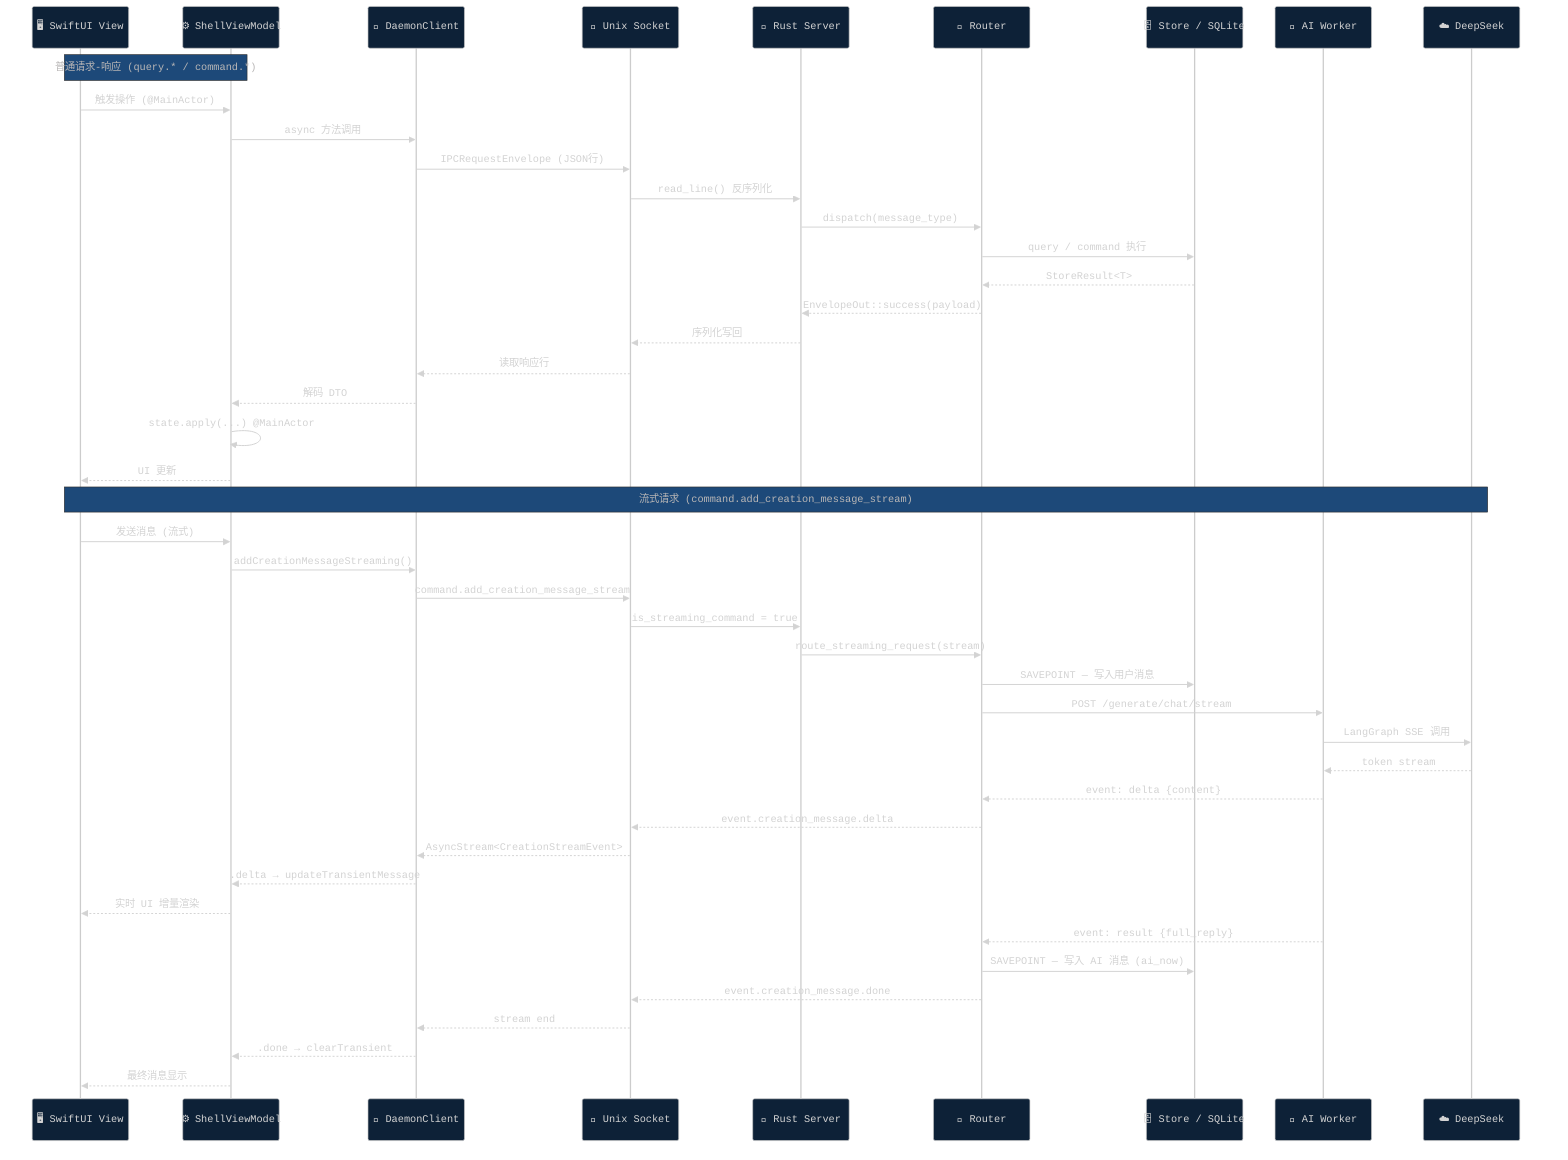
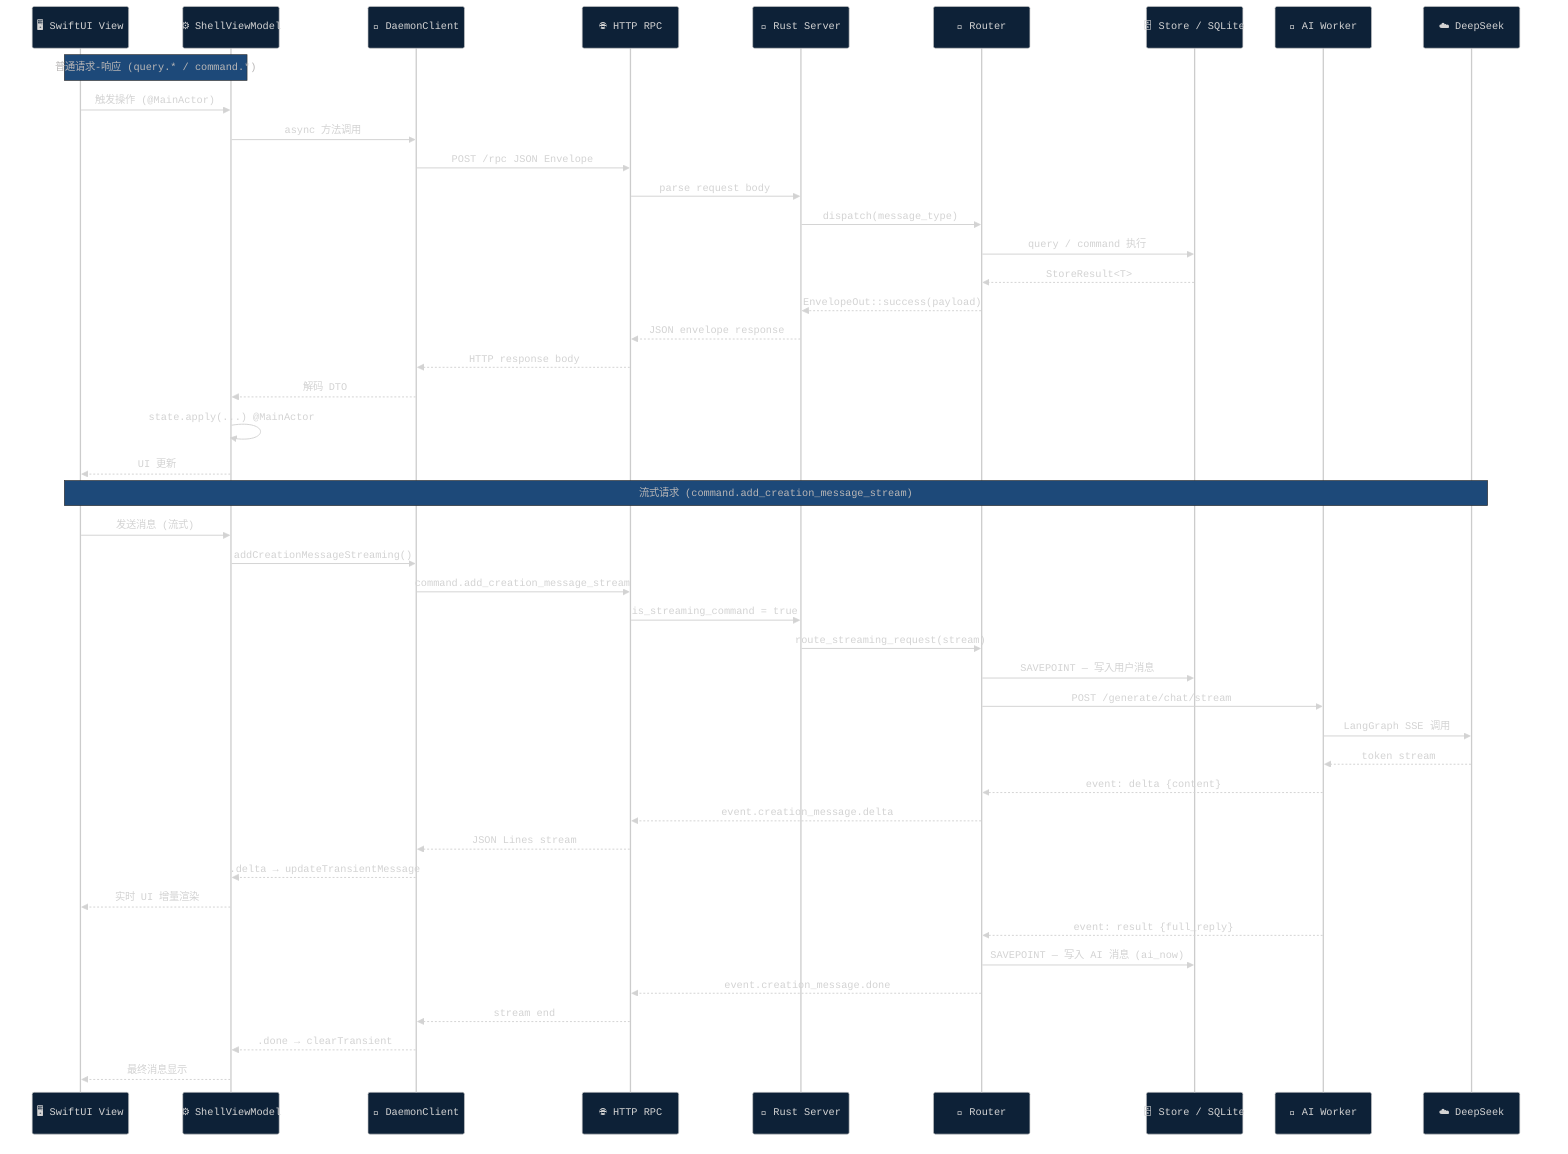
%%{init: {'theme': 'dark', 'themeVariables': {'primaryColor': '#1e3a5f', 'primaryTextColor': '#e0f0ff', 'primaryBorderColor': '#4a9eff', 'lineColor': '#4a9eff', 'secondaryColor': '#0d2137', 'tertiaryColor': '#0a1628', 'background': '#0a1628', 'mainBkg': '#0d2137', 'nodeBorder': '#4a9eff', 'clusterBkg': '#0d2137', 'clusterBorder': '#2a6aaa', 'titleColor': '#7ec8ff', 'edgeLabelBackground': '#0a1628', 'fontFamily': 'monospace'}}}%%
sequenceDiagram
    participant V as 🖥️ SwiftUI View
    participant VM as ⚙️ ShellViewModel
    participant DC as 📡 DaemonClient
-     participant SK as 🔌 Unix Socket
+     participant API as 🌐 HTTP RPC
    participant SV as 🦀 Rust Server
    participant RT as 🔀 Router
    participant ST as 🗄️ Store / SQLite
    participant AW as 🐍 AI Worker
    participant DS as ☁️ DeepSeek

    Note over V,VM: 普通请求-响应 (query.* / command.*)

    V->>VM: 触发操作 (@MainActor)
    VM->>DC: async 方法调用
-     DC->>SK: IPCRequestEnvelope (JSON行)
-     SK->>SV: read_line() 反序列化
+     DC->>API: POST /rpc JSON Envelope
+     API->>SV: parse request body
    SV->>RT: dispatch(message_type)
    RT->>ST: query / command 执行
    ST-->>RT: StoreResult<T>
    RT-->>SV: EnvelopeOut::success(payload)
-     SV-->>SK: 序列化写回
-     SK-->>DC: 读取响应行
+     SV-->>API: JSON envelope response
+     API-->>DC: HTTP response body
    DC-->>VM: 解码 DTO
    VM->>VM: state.apply(...) @MainActor
    VM-->>V: UI 更新

    Note over V,DS: 流式请求 (command.add_creation_message_stream)

    V->>VM: 发送消息 (流式)
    VM->>DC: addCreationMessageStreaming()
-     DC->>SK: command.add_creation_message_stream
-     SK->>SV: is_streaming_command = true
+     DC->>API: command.add_creation_message_stream
+     API->>SV: is_streaming_command = true
    SV->>RT: route_streaming_request(stream)
    RT->>ST: SAVEPOINT — 写入用户消息
    RT->>AW: POST /generate/chat/stream
    AW->>DS: LangGraph SSE 调用
    DS-->>AW: token stream
    AW-->>RT: event: delta {content}
-     RT-->>SK: event.creation_message.delta
-     SK-->>DC: AsyncStream<CreationStreamEvent>
+     RT-->>API: event.creation_message.delta
+     API-->>DC: JSON Lines stream
    DC-->>VM: .delta → updateTransientMessage
    VM-->>V: 实时 UI 增量渲染
    AW-->>RT: event: result {full_reply}
    RT->>ST: SAVEPOINT — 写入 AI 消息 (ai_now)
-     RT-->>SK: event.creation_message.done
-     SK-->>DC: stream end
+     RT-->>API: event.creation_message.done
+     API-->>DC: stream end
    DC-->>VM: .done → clearTransient
    VM-->>V: 最终消息显示
